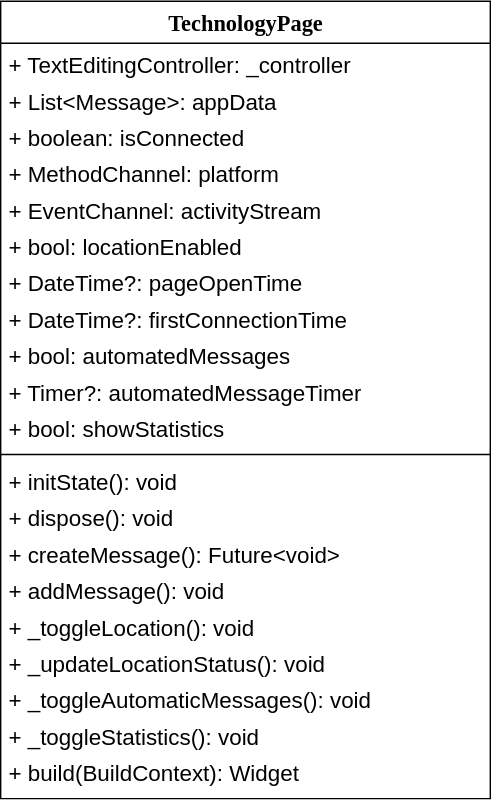
Above: documentation/static/diagrams/class/flutter.drawio.svg in NicoDoebele/flutter-p2p-demo (draw.io), before the change. Source tidied: cells renumbered, new cells last; positions are measured from the earlier drawing's top-left corner, leaving out a move shared by most shapes. Its diagram source:
```xml
<mxGraphModel>
  <root>
    <mxCell id="0" />
    <mxCell id="1" parent="0" />
    <mxCell id="2" value="TechnologyPage" style="swimlane;html=1;fontStyle=1;align=center;verticalAlign=top;horizontal=1;startSize=30;swimlaneFillColor=#ffffff;rounded=0;shadow=0;comic=0;labelBackgroundColor=none;strokeWidth=1;fillColor=none;fontFamily=Verdana;fontSize=16;" parent="1" vertex="1">
      <mxGeometry width="350" height="570" as="geometry" />
    </mxCell>
    <mxCell id="3" value="+ TextEditingController: _controller" style="text;html=1;strokeColor=none;fillColor=none;align=left;verticalAlign=top;spacingLeft=4;spacingRight=4;whiteSpace=wrap;overflow=hidden;fontSize=16;" parent="2" vertex="1">
      <mxGeometry y="30" width="350" height="26" as="geometry" />
    </mxCell>
    <mxCell id="4" value="+ List&amp;lt;Message&amp;gt;: appData" style="text;html=1;strokeColor=none;fillColor=none;align=left;verticalAlign=top;spacingLeft=4;spacingRight=4;whiteSpace=wrap;overflow=hidden;fontSize=16;" parent="2" vertex="1">
      <mxGeometry y="56" width="350" height="26" as="geometry" />
    </mxCell>
    <mxCell id="5" value="+ boolean: isConnected" style="text;html=1;strokeColor=none;fillColor=none;align=left;verticalAlign=top;spacingLeft=4;spacingRight=4;whiteSpace=wrap;overflow=hidden;fontSize=16;" parent="2" vertex="1">
      <mxGeometry y="82" width="350" height="26" as="geometry" />
    </mxCell>
    <mxCell id="6" value="+ MethodChannel: platform" style="text;html=1;strokeColor=none;fillColor=none;align=left;verticalAlign=top;spacingLeft=4;spacingRight=4;whiteSpace=wrap;overflow=hidden;fontSize=16;" parent="2" vertex="1">
      <mxGeometry y="108" width="350" height="26" as="geometry" />
    </mxCell>
    <mxCell id="7" value="+ EventChannel: activityStream" style="text;html=1;strokeColor=none;fillColor=none;align=left;verticalAlign=top;spacingLeft=4;spacingRight=4;whiteSpace=wrap;overflow=hidden;fontSize=16;" parent="2" vertex="1">
      <mxGeometry y="134" width="350" height="26" as="geometry" />
    </mxCell>
    <mxCell id="8" value="+ bool: locationEnabled" style="text;html=1;strokeColor=none;fillColor=none;align=left;verticalAlign=top;spacingLeft=4;spacingRight=4;whiteSpace=wrap;overflow=hidden;fontSize=16;" parent="2" vertex="1">
      <mxGeometry y="160" width="350" height="26" as="geometry" />
    </mxCell>
    <mxCell id="9" value="+ DateTime?: pageOpenTime" style="text;html=1;strokeColor=none;fillColor=none;align=left;verticalAlign=top;spacingLeft=4;spacingRight=4;whiteSpace=wrap;overflow=hidden;fontSize=16;" parent="2" vertex="1">
      <mxGeometry y="186" width="350" height="26" as="geometry" />
    </mxCell>
    <mxCell id="10" value="+ DateTime?: firstConnectionTime" style="text;html=1;strokeColor=none;fillColor=none;align=left;verticalAlign=top;spacingLeft=4;spacingRight=4;whiteSpace=wrap;overflow=hidden;fontSize=16;" parent="2" vertex="1">
      <mxGeometry y="212" width="350" height="26" as="geometry" />
    </mxCell>
    <mxCell id="11" value="+ bool: automatedMessages" style="text;html=1;strokeColor=none;fillColor=none;align=left;verticalAlign=top;spacingLeft=4;spacingRight=4;whiteSpace=wrap;overflow=hidden;fontSize=16;" parent="2" vertex="1">
      <mxGeometry y="238" width="350" height="26" as="geometry" />
    </mxCell>
    <mxCell id="12" value="+ Timer?: automatedMessageTimer" style="text;html=1;strokeColor=none;fillColor=none;align=left;verticalAlign=top;spacingLeft=4;spacingRight=4;whiteSpace=wrap;overflow=hidden;fontSize=16;" parent="2" vertex="1">
      <mxGeometry y="264" width="350" height="26" as="geometry" />
    </mxCell>
    <mxCell id="13" value="+ bool: showStatistics" style="text;html=1;strokeColor=none;fillColor=none;align=left;verticalAlign=top;spacingLeft=4;spacingRight=4;whiteSpace=wrap;overflow=hidden;fontSize=16;" parent="2" vertex="1">
      <mxGeometry y="290" width="350" height="30" as="geometry" />
    </mxCell>
    <mxCell id="14" style="line;html=1;strokeWidth=1;fillColor=none;align=left;verticalAlign=middle;spacingTop=-1;spacingLeft=3;spacingRight=3;labelPosition=right;fontSize=16;" parent="2" vertex="1">
      <mxGeometry y="320" width="350" height="8" as="geometry" />
    </mxCell>
    <mxCell id="15" value="+ initState(): void" style="text;html=1;strokeColor=none;fillColor=none;align=left;verticalAlign=top;spacingLeft=4;spacingRight=4;whiteSpace=wrap;overflow=hidden;fontSize=16;" parent="2" vertex="1">
      <mxGeometry y="328" width="350" height="26" as="geometry" />
    </mxCell>
    <mxCell id="16" value="+ dispose(): void" style="text;html=1;strokeColor=none;fillColor=none;align=left;verticalAlign=top;spacingLeft=4;spacingRight=4;whiteSpace=wrap;overflow=hidden;fontSize=16;" parent="2" vertex="1">
      <mxGeometry y="354" width="350" height="26" as="geometry" />
    </mxCell>
    <mxCell id="17" value="+ createMessage(): Future&amp;lt;void&amp;gt;" style="text;html=1;strokeColor=none;fillColor=none;align=left;verticalAlign=top;spacingLeft=4;spacingRight=4;whiteSpace=wrap;overflow=hidden;fontSize=16;" parent="2" vertex="1">
      <mxGeometry y="380" width="350" height="26" as="geometry" />
    </mxCell>
    <mxCell id="18" value="+ addMessage(): void" style="text;html=1;strokeColor=none;fillColor=none;align=left;verticalAlign=top;spacingLeft=4;spacingRight=4;whiteSpace=wrap;overflow=hidden;fontSize=16;" parent="2" vertex="1">
      <mxGeometry y="406" width="350" height="26" as="geometry" />
    </mxCell>
    <mxCell id="19" value="+ _toggleLocation(): void" style="text;html=1;strokeColor=none;fillColor=none;align=left;verticalAlign=top;spacingLeft=4;spacingRight=4;whiteSpace=wrap;overflow=hidden;fontSize=16;" parent="2" vertex="1">
      <mxGeometry y="432" width="350" height="26" as="geometry" />
    </mxCell>
    <mxCell id="20" value="+ _updateLocationStatus(): void" style="text;html=1;strokeColor=none;fillColor=none;align=left;verticalAlign=top;spacingLeft=4;spacingRight=4;whiteSpace=wrap;overflow=hidden;fontSize=16;" parent="2" vertex="1">
      <mxGeometry y="458" width="350" height="26" as="geometry" />
    </mxCell>
    <mxCell id="21" value="+ _toggleAutomaticMessages(): void" style="text;html=1;strokeColor=none;fillColor=none;align=left;verticalAlign=top;spacingLeft=4;spacingRight=4;whiteSpace=wrap;overflow=hidden;fontSize=16;" parent="2" vertex="1">
      <mxGeometry y="484" width="350" height="26" as="geometry" />
    </mxCell>
    <mxCell id="22" value="+ _toggleStatistics(): void" style="text;html=1;strokeColor=none;fillColor=none;align=left;verticalAlign=top;spacingLeft=4;spacingRight=4;whiteSpace=wrap;overflow=hidden;fontSize=16;" parent="2" vertex="1">
      <mxGeometry y="510" width="350" height="26" as="geometry" />
    </mxCell>
    <mxCell id="23" value="+ build(BuildContext): Widget" style="text;html=1;strokeColor=none;fillColor=none;align=left;verticalAlign=top;spacingLeft=4;spacingRight=4;whiteSpace=wrap;overflow=hidden;fontSize=16;" parent="2" vertex="1">
      <mxGeometry y="536" width="350" height="34" as="geometry" />
    </mxCell>
  </root>
</mxGraphModel>
```
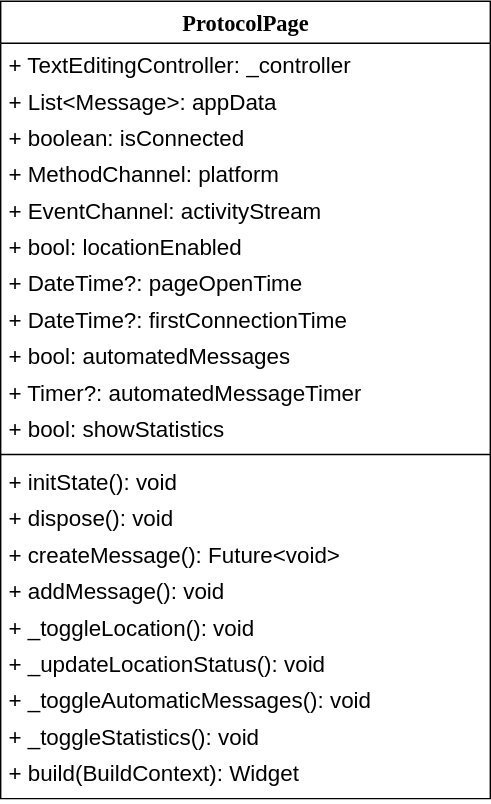
Later version of the same file.

Change to the diagram source:
```diff
@@ -2,7 +2,7 @@
   <root>
     <mxCell id="0" />
     <mxCell id="1" parent="0" />
-    <mxCell id="2" value="TechnologyPage" style="swimlane;html=1;fontStyle=1;align=center;verticalAlign=top;horizontal=1;startSize=30;swimlaneFillColor=#ffffff;rounded=0;shadow=0;comic=0;labelBackgroundColor=none;strokeWidth=1;fillColor=none;fontFamily=Verdana;fontSize=16;" parent="1" vertex="1">
+    <mxCell id="2" value="ProtocolPage" style="swimlane;html=1;fontStyle=1;align=center;verticalAlign=top;horizontal=1;startSize=30;swimlaneFillColor=#ffffff;rounded=0;shadow=0;comic=0;labelBackgroundColor=none;strokeWidth=1;fillColor=none;fontFamily=Verdana;fontSize=16;" parent="1" vertex="1">
       <mxGeometry width="350" height="570" as="geometry" />
     </mxCell>
     <mxCell id="3" value="+ TextEditingController: _controller" style="text;html=1;strokeColor=none;fillColor=none;align=left;verticalAlign=top;spacingLeft=4;spacingRight=4;whiteSpace=wrap;overflow=hidden;fontSize=16;" parent="2" vertex="1">
```
